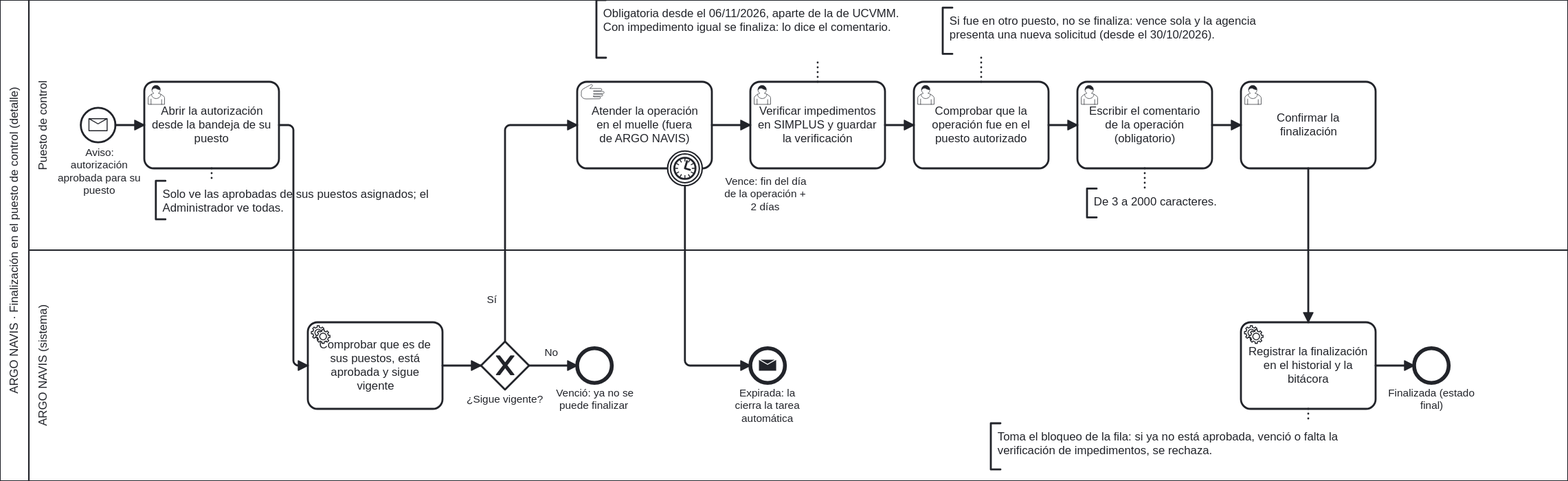
This is docs/bpmn/05-finalizacion-puesto.svg from rxppxc/ArgoNavis, a BPMN export, as it was before one commit. Its source is kept beside it as docs/bpmn/05-finalizacion-puesto.bpmn. Ids are renumbered. Its diagram source:
```xml
<bpmn:definitions xmlns:xsi="http://www.w3.org/2001/XMLSchema-instance" xmlns:bpmn="http://www.omg.org/spec/BPMN/20100524/MODEL" xmlns:bpmndi="http://www.omg.org/spec/BPMN/20100524/DI" xmlns:dc="http://www.omg.org/spec/DD/20100524/DC" xmlns:di="http://www.omg.org/spec/DD/20100524/DI" id="Definiciones_FinalizacionPuesto" targetNamespace="https://argonavis.migracion.gob.pa/bpmn" exporter="ARGO NAVIS" exporterVersion="1.0">
  <bpmn:collaboration id="Colaboracion_FinalizacionPuesto">
    <bpmn:participant id="Pool_FinalizacionPuesto" name="ARGO NAVIS · Finalización en el puesto de control (detalle)" processRef="Proceso_FinalizacionPuesto" />
  </bpmn:collaboration>
  <bpmn:process id="Proceso_FinalizacionPuesto" name="Finalización en el puesto de control" isExecutable="false">
    <bpmn:laneSet id="Carriles_Proceso_FinalizacionPuesto">
      <bpmn:lane id="C_Puesto" name="Puesto de control">
        <bpmn:flowNodeRef>Inicio</bpmn:flowNodeRef>
        <bpmn:flowNodeRef>Abrir</bpmn:flowNodeRef>
        <bpmn:flowNodeRef>Atender</bpmn:flowNodeRef>
        <bpmn:flowNodeRef>Vence</bpmn:flowNodeRef>
        <bpmn:flowNodeRef>Verificar</bpmn:flowNodeRef>
        <bpmn:flowNodeRef>Elegir</bpmn:flowNodeRef>
        <bpmn:flowNodeRef>Comentar</bpmn:flowNodeRef>
        <bpmn:flowNodeRef>Confirmar</bpmn:flowNodeRef>
      </bpmn:lane>
      <bpmn:lane id="C_Sistema" name="ARGO NAVIS (sistema)">
        <bpmn:flowNodeRef>Comprobar</bpmn:flowNodeRef>
        <bpmn:flowNodeRef>GVigente</bpmn:flowNodeRef>
        <bpmn:flowNodeRef>FinVencida</bpmn:flowNodeRef>
        <bpmn:flowNodeRef>FinExpirada</bpmn:flowNodeRef>
        <bpmn:flowNodeRef>Registrar</bpmn:flowNodeRef>
        <bpmn:flowNodeRef>FinFinalizada</bpmn:flowNodeRef>
      </bpmn:lane>
    </bpmn:laneSet>
    <bpmn:startEvent id="Inicio" name="Aviso: autorización aprobada para su puesto">
      <bpmn:outgoing>Flujo_Inicio_Abrir</bpmn:outgoing>
      <bpmn:messageEventDefinition id="Def_Inicio" />
    </bpmn:startEvent>
    <bpmn:userTask id="Abrir" name="Abrir la autorización desde la bandeja de su puesto">
      <bpmn:incoming>Flujo_Inicio_Abrir</bpmn:incoming>
      <bpmn:outgoing>Flujo_Abrir_Comprobar</bpmn:outgoing>
    </bpmn:userTask>
    <bpmn:serviceTask id="Comprobar" name="Comprobar que es de sus puestos, está aprobada y sigue vigente">
      <bpmn:incoming>Flujo_Abrir_Comprobar</bpmn:incoming>
      <bpmn:outgoing>Flujo_Comprobar_GVigente</bpmn:outgoing>
    </bpmn:serviceTask>
    <bpmn:exclusiveGateway id="GVigente" name="¿Sigue vigente?">
      <bpmn:incoming>Flujo_Comprobar_GVigente</bpmn:incoming>
      <bpmn:outgoing>Flujo_GVigente_FinVencida</bpmn:outgoing>
      <bpmn:outgoing>Flujo_GVigente_Atender</bpmn:outgoing>
    </bpmn:exclusiveGateway>
    <bpmn:endEvent id="FinVencida" name="Venció: ya no se puede finalizar">
      <bpmn:incoming>Flujo_GVigente_FinVencida</bpmn:incoming>
    </bpmn:endEvent>
    <bpmn:manualTask id="Atender" name="Atender la operación en el muelle (fuera de ARGO NAVIS)">
      <bpmn:incoming>Flujo_GVigente_Atender</bpmn:incoming>
      <bpmn:outgoing>Flujo_Atender_Verificar</bpmn:outgoing>
    </bpmn:manualTask>
    <bpmn:boundaryEvent id="Vence" name="Vence: fin del día de la operación + 2 días" attachedToRef="Atender">
      <bpmn:outgoing>Flujo_Vence_FinExpirada</bpmn:outgoing>
      <bpmn:timerEventDefinition id="Def_Vence" />
    </bpmn:boundaryEvent>
    <bpmn:endEvent id="FinExpirada" name="Expirada: la cierra la tarea automática">
      <bpmn:incoming>Flujo_Vence_FinExpirada</bpmn:incoming>
      <bpmn:messageEventDefinition id="Def_FinExpirada" />
    </bpmn:endEvent>
    <bpmn:userTask id="Verificar" name="Verificar impedimentos en SIMPLUS y guardar la verificación">
      <bpmn:incoming>Flujo_Atender_Verificar</bpmn:incoming>
      <bpmn:outgoing>Flujo_Verificar_Elegir</bpmn:outgoing>
    </bpmn:userTask>
    <bpmn:userTask id="Elegir" name="Comprobar que la operación fue en el puesto autorizado">
      <bpmn:incoming>Flujo_Verificar_Elegir</bpmn:incoming>
      <bpmn:outgoing>Flujo_Elegir_Comentar</bpmn:outgoing>
    </bpmn:userTask>
    <bpmn:userTask id="Comentar" name="Escribir el comentario de la operación (obligatorio)">
      <bpmn:incoming>Flujo_Elegir_Comentar</bpmn:incoming>
      <bpmn:outgoing>Flujo_Comentar_Confirmar</bpmn:outgoing>
    </bpmn:userTask>
    <bpmn:userTask id="Confirmar" name="Confirmar la finalización">
      <bpmn:incoming>Flujo_Comentar_Confirmar</bpmn:incoming>
      <bpmn:outgoing>Flujo_Confirmar_Registrar</bpmn:outgoing>
    </bpmn:userTask>
    <bpmn:serviceTask id="Registrar" name="Registrar la finalización en el historial y la bitácora">
      <bpmn:incoming>Flujo_Confirmar_Registrar</bpmn:incoming>
      <bpmn:outgoing>Flujo_Registrar_FinFinalizada</bpmn:outgoing>
    </bpmn:serviceTask>
    <bpmn:endEvent id="FinFinalizada" name="Finalizada (estado final)">
      <bpmn:incoming>Flujo_Registrar_FinFinalizada</bpmn:incoming>
    </bpmn:endEvent>
    <bpmn:sequenceFlow id="Flujo_Inicio_Abrir" sourceRef="Inicio" targetRef="Abrir" />
    <bpmn:sequenceFlow id="Flujo_Abrir_Comprobar" sourceRef="Abrir" targetRef="Comprobar" />
    <bpmn:sequenceFlow id="Flujo_Comprobar_GVigente" sourceRef="Comprobar" targetRef="GVigente" />
    <bpmn:sequenceFlow id="Flujo_GVigente_FinVencida" name="No" sourceRef="GVigente" targetRef="FinVencida" />
    <bpmn:sequenceFlow id="Flujo_GVigente_Atender" name="Sí" sourceRef="GVigente" targetRef="Atender" />
    <bpmn:sequenceFlow id="Flujo_Vence_FinExpirada" sourceRef="Vence" targetRef="FinExpirada" />
    <bpmn:sequenceFlow id="Flujo_Atender_Verificar" sourceRef="Atender" targetRef="Verificar" />
    <bpmn:sequenceFlow id="Flujo_Verificar_Elegir" sourceRef="Verificar" targetRef="Elegir" />
    <bpmn:sequenceFlow id="Flujo_Elegir_Comentar" sourceRef="Elegir" targetRef="Comentar" />
    <bpmn:sequenceFlow id="Flujo_Comentar_Confirmar" sourceRef="Comentar" targetRef="Confirmar" />
    <bpmn:sequenceFlow id="Flujo_Confirmar_Registrar" sourceRef="Confirmar" targetRef="Registrar" />
    <bpmn:sequenceFlow id="Flujo_Registrar_FinFinalizada" sourceRef="Registrar" targetRef="FinFinalizada" />
    <bpmn:textAnnotation id="N_Bandeja"><bpmn:text>Solo ve las aprobadas de sus puestos asignados; el Administrador ve todas.</bpmn:text></bpmn:textAnnotation>
    <bpmn:association id="Asoc_N_Bandeja" sourceRef="Abrir" targetRef="N_Bandeja" />
    <bpmn:textAnnotation id="N_Verificar"><bpmn:text>Obligatoria desde el 06/11/2026, aparte de la de UCVMM. Con impedimento igual se finaliza: lo dice el comentario.</bpmn:text></bpmn:textAnnotation>
    <bpmn:association id="Asoc_N_Verificar" sourceRef="Verificar" targetRef="N_Verificar" />
    <bpmn:textAnnotation id="N_Puesto"><bpmn:text>Si fue en otro puesto, no se finaliza: vence sola y la agencia presenta una nueva solicitud (desde el 30/10/2026).</bpmn:text></bpmn:textAnnotation>
    <bpmn:association id="Asoc_N_Puesto" sourceRef="Elegir" targetRef="N_Puesto" />
    <bpmn:textAnnotation id="N_Comentario"><bpmn:text>De 3 a 2000 caracteres.</bpmn:text></bpmn:textAnnotation>
    <bpmn:association id="Asoc_N_Comentario" sourceRef="Comentar" targetRef="N_Comentario" />
    <bpmn:textAnnotation id="N_Bloqueo"><bpmn:text>Toma el bloqueo de la fila: si ya no está aprobada, venció o falta la verificación de impedimentos, se rechaza.</bpmn:text></bpmn:textAnnotation>
    <bpmn:association id="Asoc_N_Bloqueo" sourceRef="Registrar" targetRef="N_Bloqueo" />
  </bpmn:process>
  <bpmndi:BPMNDiagram id="Diagrama_FinalizacionPuesto">
    <bpmndi:BPMNPlane id="Plano_FinalizacionPuesto" bpmnElement="Colaboracion_FinalizacionPuesto">
      <bpmndi:BPMNShape id="Pool_FinalizacionPuesto_di" bpmnElement="Pool_FinalizacionPuesto" isHorizontal="true"><dc:Bounds x="100" y="40" width="1630" height="500" /></bpmndi:BPMNShape>
      <bpmndi:BPMNShape id="C_Puesto_di" bpmnElement="C_Puesto" isHorizontal="true"><dc:Bounds x="130" y="40" width="1600" height="260" /></bpmndi:BPMNShape>
      <bpmndi:BPMNShape id="C_Sistema_di" bpmnElement="C_Sistema" isHorizontal="true"><dc:Bounds x="130" y="300" width="1600" height="240" /></bpmndi:BPMNShape>
      <bpmndi:BPMNShape id="Inicio_di" bpmnElement="Inicio"><dc:Bounds x="184" y="152.0" width="36" height="36" /><bpmndi:BPMNLabel><dc:Bounds x="166" y="192" width="74" height="70" /></bpmndi:BPMNLabel></bpmndi:BPMNShape>
      <bpmndi:BPMNShape id="Abrir_di" bpmnElement="Abrir"><dc:Bounds x="250" y="125.0" width="140" height="90" /></bpmndi:BPMNShape>
      <bpmndi:BPMNShape id="Comprobar_di" bpmnElement="Comprobar"><dc:Bounds x="420" y="375.0" width="140" height="90" /></bpmndi:BPMNShape>
      <bpmndi:BPMNShape id="GVigente_di" bpmnElement="GVigente" isMarkerVisible="true"><dc:Bounds x="600" y="395.0" width="50" height="50" /><bpmndi:BPMNLabel><dc:Bounds x="565.0" y="449.0" width="120" height="40" /></bpmndi:BPMNLabel></bpmndi:BPMNShape>
      <bpmndi:BPMNShape id="FinVencida_di" bpmnElement="FinVencida"><dc:Bounds x="700" y="402.0" width="36" height="36" /><bpmndi:BPMNLabel><dc:Bounds x="658.0" y="442.0" width="120" height="40" /></bpmndi:BPMNLabel></bpmndi:BPMNShape>
      <bpmndi:BPMNShape id="Atender_di" bpmnElement="Atender"><dc:Bounds x="700" y="125.0" width="140" height="90" /></bpmndi:BPMNShape>
      <bpmndi:BPMNShape id="Vence_di" bpmnElement="Vence"><dc:Bounds x="794.0" y="197.0" width="36" height="36" /><bpmndi:BPMNLabel><dc:Bounds x="836" y="222" width="120" height="40" /></bpmndi:BPMNLabel></bpmndi:BPMNShape>
      <bpmndi:BPMNShape id="FinExpirada_di" bpmnElement="FinExpirada"><dc:Bounds x="880" y="402.0" width="36" height="36" /><bpmndi:BPMNLabel><dc:Bounds x="838.0" y="442.0" width="120" height="40" /></bpmndi:BPMNLabel></bpmndi:BPMNShape>
      <bpmndi:BPMNShape id="Verificar_di" bpmnElement="Verificar"><dc:Bounds x="880" y="125.0" width="140" height="90" /></bpmndi:BPMNShape>
      <bpmndi:BPMNShape id="Elegir_di" bpmnElement="Elegir"><dc:Bounds x="1050" y="125.0" width="140" height="90" /></bpmndi:BPMNShape>
      <bpmndi:BPMNShape id="Comentar_di" bpmnElement="Comentar"><dc:Bounds x="1220" y="125.0" width="140" height="90" /></bpmndi:BPMNShape>
      <bpmndi:BPMNShape id="Confirmar_di" bpmnElement="Confirmar"><dc:Bounds x="1390" y="125.0" width="140" height="90" /></bpmndi:BPMNShape>
      <bpmndi:BPMNShape id="Registrar_di" bpmnElement="Registrar"><dc:Bounds x="1390" y="375.0" width="140" height="90" /></bpmndi:BPMNShape>
      <bpmndi:BPMNShape id="FinFinalizada_di" bpmnElement="FinFinalizada"><dc:Bounds x="1570" y="402.0" width="36" height="36" /><bpmndi:BPMNLabel><dc:Bounds x="1528.0" y="442.0" width="120" height="40" /></bpmndi:BPMNLabel></bpmndi:BPMNShape>
      <bpmndi:BPMNShape id="N_Bandeja_di" bpmnElement="N_Bandeja"><dc:Bounds x="262" y="228" width="300" height="40" /></bpmndi:BPMNShape>
      <bpmndi:BPMNShape id="N_Verificar_di" bpmnElement="N_Verificar"><dc:Bounds x="720" y="40" width="330" height="60" /></bpmndi:BPMNShape>
      <bpmndi:BPMNShape id="N_Puesto_di" bpmnElement="N_Puesto"><dc:Bounds x="1080" y="48" width="380" height="48" /></bpmndi:BPMNShape>
      <bpmndi:BPMNShape id="N_Comentario_di" bpmnElement="N_Comentario"><dc:Bounds x="1230" y="236" width="160" height="30" /></bpmndi:BPMNShape>
      <bpmndi:BPMNShape id="N_Bloqueo_di" bpmnElement="N_Bloqueo"><dc:Bounds x="1130" y="480" width="400" height="48" /></bpmndi:BPMNShape>
      <bpmndi:BPMNEdge id="Flujo_Inicio_Abrir_di" bpmnElement="Flujo_Inicio_Abrir"><di:waypoint x="220" y="170" /><di:waypoint x="250" y="170" /></bpmndi:BPMNEdge>
      <bpmndi:BPMNEdge id="Flujo_Abrir_Comprobar_di" bpmnElement="Flujo_Abrir_Comprobar"><di:waypoint x="390" y="170" /><di:waypoint x="405" y="170" /><di:waypoint x="405" y="420" /><di:waypoint x="420" y="420" /></bpmndi:BPMNEdge>
      <bpmndi:BPMNEdge id="Flujo_Comprobar_GVigente_di" bpmnElement="Flujo_Comprobar_GVigente"><di:waypoint x="560" y="420" /><di:waypoint x="600" y="420" /></bpmndi:BPMNEdge>
      <bpmndi:BPMNEdge id="Flujo_GVigente_FinVencida_di" bpmnElement="Flujo_GVigente_FinVencida"><di:waypoint x="650" y="420" /><di:waypoint x="700" y="420" /><bpmndi:BPMNLabel><dc:Bounds x="658" y="400" width="30" height="20" /></bpmndi:BPMNLabel></bpmndi:BPMNEdge>
      <bpmndi:BPMNEdge id="Flujo_GVigente_Atender_di" bpmnElement="Flujo_GVigente_Atender"><di:waypoint x="625" y="395" /><di:waypoint x="625" y="170" /><di:waypoint x="700" y="170" /><bpmndi:BPMNLabel><dc:Bounds x="602" y="345" width="20" height="20" /></bpmndi:BPMNLabel></bpmndi:BPMNEdge>
      <bpmndi:BPMNEdge id="Flujo_Vence_FinExpirada_di" bpmnElement="Flujo_Vence_FinExpirada"><di:waypoint x="812" y="233" /><di:waypoint x="812" y="420" /><di:waypoint x="880" y="420" /></bpmndi:BPMNEdge>
      <bpmndi:BPMNEdge id="Flujo_Atender_Verificar_di" bpmnElement="Flujo_Atender_Verificar"><di:waypoint x="840" y="170" /><di:waypoint x="880" y="170" /></bpmndi:BPMNEdge>
      <bpmndi:BPMNEdge id="Flujo_Verificar_Elegir_di" bpmnElement="Flujo_Verificar_Elegir"><di:waypoint x="1020" y="170" /><di:waypoint x="1050" y="170" /></bpmndi:BPMNEdge>
      <bpmndi:BPMNEdge id="Flujo_Elegir_Comentar_di" bpmnElement="Flujo_Elegir_Comentar"><di:waypoint x="1190" y="170" /><di:waypoint x="1220" y="170" /></bpmndi:BPMNEdge>
      <bpmndi:BPMNEdge id="Flujo_Comentar_Confirmar_di" bpmnElement="Flujo_Comentar_Confirmar"><di:waypoint x="1360" y="170" /><di:waypoint x="1390" y="170" /></bpmndi:BPMNEdge>
      <bpmndi:BPMNEdge id="Flujo_Confirmar_Registrar_di" bpmnElement="Flujo_Confirmar_Registrar"><di:waypoint x="1460" y="215" /><di:waypoint x="1460" y="375" /></bpmndi:BPMNEdge>
      <bpmndi:BPMNEdge id="Flujo_Registrar_FinFinalizada_di" bpmnElement="Flujo_Registrar_FinFinalizada"><di:waypoint x="1530" y="420" /><di:waypoint x="1570" y="420" /></bpmndi:BPMNEdge>
      <bpmndi:BPMNEdge id="Asoc_N_Bandeja_di" bpmnElement="Asoc_N_Bandeja"><di:waypoint x="320" y="215" /><di:waypoint x="320" y="228" /></bpmndi:BPMNEdge>
      <bpmndi:BPMNEdge id="Asoc_N_Verificar_di" bpmnElement="Asoc_N_Verificar"><di:waypoint x="950" y="125" /><di:waypoint x="950" y="100" /></bpmndi:BPMNEdge>
      <bpmndi:BPMNEdge id="Asoc_N_Puesto_di" bpmnElement="Asoc_N_Puesto"><di:waypoint x="1120" y="125" /><di:waypoint x="1120" y="96" /></bpmndi:BPMNEdge>
      <bpmndi:BPMNEdge id="Asoc_N_Comentario_di" bpmnElement="Asoc_N_Comentario"><di:waypoint x="1290" y="215" /><di:waypoint x="1290" y="236" /></bpmndi:BPMNEdge>
      <bpmndi:BPMNEdge id="Asoc_N_Bloqueo_di" bpmnElement="Asoc_N_Bloqueo"><di:waypoint x="1460" y="465" /><di:waypoint x="1460" y="480" /></bpmndi:BPMNEdge>
    </bpmndi:BPMNPlane>
  </bpmndi:BPMNDiagram>
</bpmn:definitions>
```
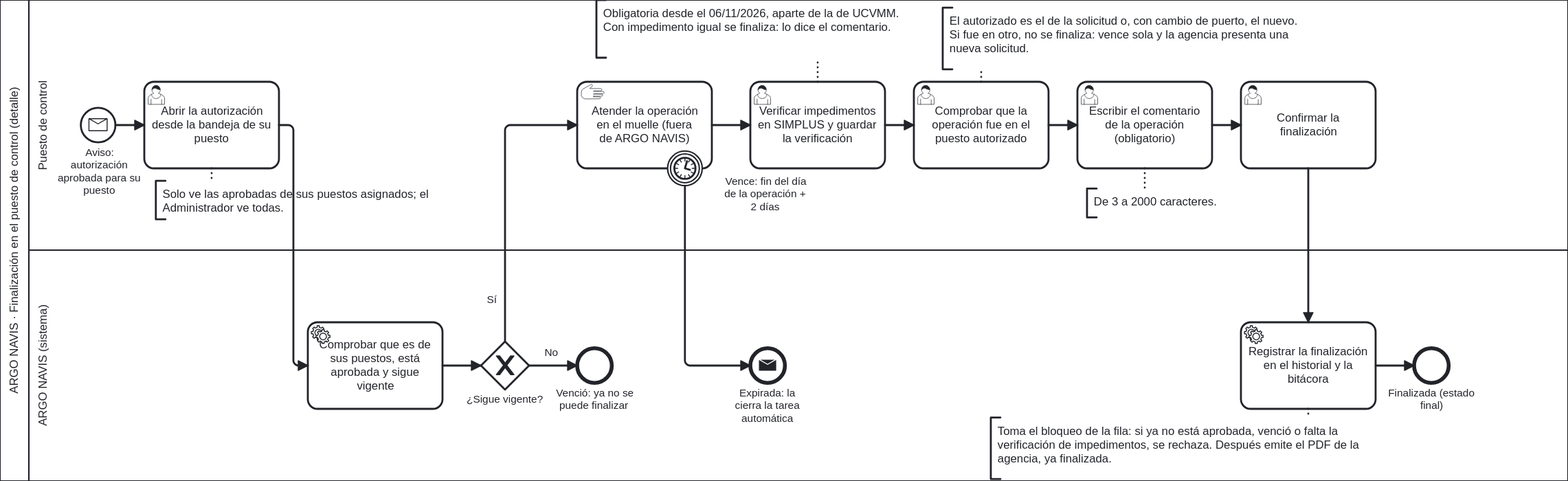
The same diagram one commit later.

The edit, as a diff of the source:
```diff
@@ -94,11 +94,11 @@
     <bpmn:association id="Asoc_N_Bandeja" sourceRef="Abrir" targetRef="N_Bandeja" />
     <bpmn:textAnnotation id="N_Verificar"><bpmn:text>Obligatoria desde el 06/11/2026, aparte de la de UCVMM. Con impedimento igual se finaliza: lo dice el comentario.</bpmn:text></bpmn:textAnnotation>
     <bpmn:association id="Asoc_N_Verificar" sourceRef="Verificar" targetRef="N_Verificar" />
-    <bpmn:textAnnotation id="N_Puesto"><bpmn:text>Si fue en otro puesto, no se finaliza: vence sola y la agencia presenta una nueva solicitud (desde el 30/10/2026).</bpmn:text></bpmn:textAnnotation>
+    <bpmn:textAnnotation id="N_Puesto"><bpmn:text>El autorizado es el de la solicitud o, con cambio de puerto, el nuevo. Si fue en otro, no se finaliza: vence sola y la agencia presenta una nueva solicitud.</bpmn:text></bpmn:textAnnotation>
     <bpmn:association id="Asoc_N_Puesto" sourceRef="Elegir" targetRef="N_Puesto" />
     <bpmn:textAnnotation id="N_Comentario"><bpmn:text>De 3 a 2000 caracteres.</bpmn:text></bpmn:textAnnotation>
     <bpmn:association id="Asoc_N_Comentario" sourceRef="Comentar" targetRef="N_Comentario" />
-    <bpmn:textAnnotation id="N_Bloqueo"><bpmn:text>Toma el bloqueo de la fila: si ya no está aprobada, venció o falta la verificación de impedimentos, se rechaza.</bpmn:text></bpmn:textAnnotation>
+    <bpmn:textAnnotation id="N_Bloqueo"><bpmn:text>Toma el bloqueo de la fila: si ya no está aprobada, venció o falta la verificación de impedimentos, se rechaza. Después emite el PDF de la agencia, ya finalizada.</bpmn:text></bpmn:textAnnotation>
     <bpmn:association id="Asoc_N_Bloqueo" sourceRef="Registrar" targetRef="N_Bloqueo" />
   </bpmn:process>
   <bpmndi:BPMNDiagram id="Diagrama_FinalizacionPuesto">
@@ -122,9 +122,9 @@
       <bpmndi:BPMNShape id="FinFinalizada_di" bpmnElement="FinFinalizada"><dc:Bounds x="1570" y="402.0" width="36" height="36" /><bpmndi:BPMNLabel><dc:Bounds x="1528.0" y="442.0" width="120" height="40" /></bpmndi:BPMNLabel></bpmndi:BPMNShape>
       <bpmndi:BPMNShape id="N_Bandeja_di" bpmnElement="N_Bandeja"><dc:Bounds x="262" y="228" width="300" height="40" /></bpmndi:BPMNShape>
       <bpmndi:BPMNShape id="N_Verificar_di" bpmnElement="N_Verificar"><dc:Bounds x="720" y="40" width="330" height="60" /></bpmndi:BPMNShape>
-      <bpmndi:BPMNShape id="N_Puesto_di" bpmnElement="N_Puesto"><dc:Bounds x="1080" y="48" width="380" height="48" /></bpmndi:BPMNShape>
+      <bpmndi:BPMNShape id="N_Puesto_di" bpmnElement="N_Puesto"><dc:Bounds x="1080" y="48" width="380" height="64" /></bpmndi:BPMNShape>
       <bpmndi:BPMNShape id="N_Comentario_di" bpmnElement="N_Comentario"><dc:Bounds x="1230" y="236" width="160" height="30" /></bpmndi:BPMNShape>
-      <bpmndi:BPMNShape id="N_Bloqueo_di" bpmnElement="N_Bloqueo"><dc:Bounds x="1130" y="480" width="400" height="48" /></bpmndi:BPMNShape>
+      <bpmndi:BPMNShape id="N_Bloqueo_di" bpmnElement="N_Bloqueo"><dc:Bounds x="1130" y="474" width="400" height="64" /></bpmndi:BPMNShape>
       <bpmndi:BPMNEdge id="Flujo_Inicio_Abrir_di" bpmnElement="Flujo_Inicio_Abrir"><di:waypoint x="220" y="170" /><di:waypoint x="250" y="170" /></bpmndi:BPMNEdge>
       <bpmndi:BPMNEdge id="Flujo_Abrir_Comprobar_di" bpmnElement="Flujo_Abrir_Comprobar"><di:waypoint x="390" y="170" /><di:waypoint x="405" y="170" /><di:waypoint x="405" y="420" /><di:waypoint x="420" y="420" /></bpmndi:BPMNEdge>
       <bpmndi:BPMNEdge id="Flujo_Comprobar_GVigente_di" bpmnElement="Flujo_Comprobar_GVigente"><di:waypoint x="560" y="420" /><di:waypoint x="600" y="420" /></bpmndi:BPMNEdge>
@@ -139,9 +139,9 @@
       <bpmndi:BPMNEdge id="Flujo_Registrar_FinFinalizada_di" bpmnElement="Flujo_Registrar_FinFinalizada"><di:waypoint x="1530" y="420" /><di:waypoint x="1570" y="420" /></bpmndi:BPMNEdge>
       <bpmndi:BPMNEdge id="Asoc_N_Bandeja_di" bpmnElement="Asoc_N_Bandeja"><di:waypoint x="320" y="215" /><di:waypoint x="320" y="228" /></bpmndi:BPMNEdge>
       <bpmndi:BPMNEdge id="Asoc_N_Verificar_di" bpmnElement="Asoc_N_Verificar"><di:waypoint x="950" y="125" /><di:waypoint x="950" y="100" /></bpmndi:BPMNEdge>
-      <bpmndi:BPMNEdge id="Asoc_N_Puesto_di" bpmnElement="Asoc_N_Puesto"><di:waypoint x="1120" y="125" /><di:waypoint x="1120" y="96" /></bpmndi:BPMNEdge>
+      <bpmndi:BPMNEdge id="Asoc_N_Puesto_di" bpmnElement="Asoc_N_Puesto"><di:waypoint x="1120" y="125" /><di:waypoint x="1120" y="112" /></bpmndi:BPMNEdge>
       <bpmndi:BPMNEdge id="Asoc_N_Comentario_di" bpmnElement="Asoc_N_Comentario"><di:waypoint x="1290" y="215" /><di:waypoint x="1290" y="236" /></bpmndi:BPMNEdge>
-      <bpmndi:BPMNEdge id="Asoc_N_Bloqueo_di" bpmnElement="Asoc_N_Bloqueo"><di:waypoint x="1460" y="465" /><di:waypoint x="1460" y="480" /></bpmndi:BPMNEdge>
+      <bpmndi:BPMNEdge id="Asoc_N_Bloqueo_di" bpmnElement="Asoc_N_Bloqueo"><di:waypoint x="1460" y="465" /><di:waypoint x="1460" y="474" /></bpmndi:BPMNEdge>
     </bpmndi:BPMNPlane>
   </bpmndi:BPMNDiagram>
 </bpmn:definitions>
```
